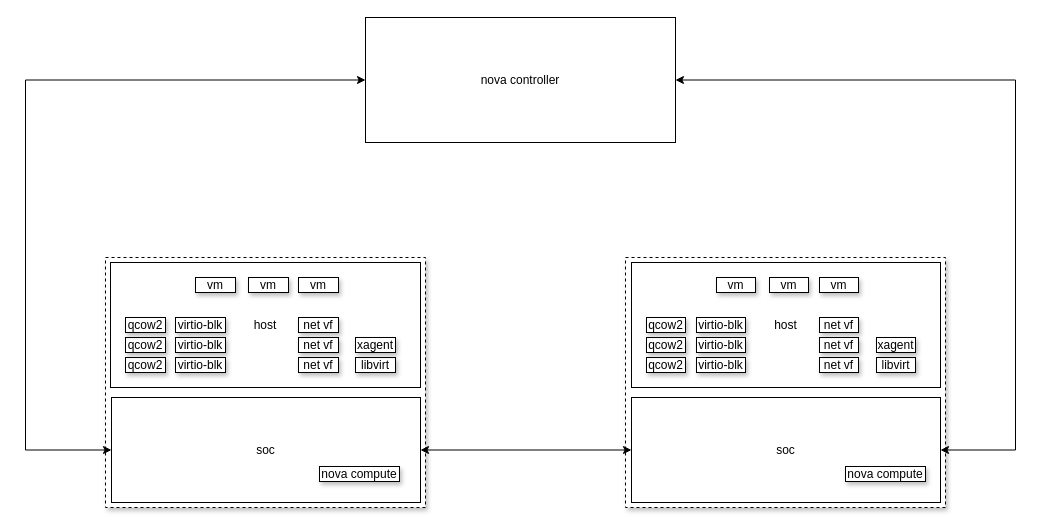
wdvill/python keeps this draw.io diagram as Untitled Diagram.drawio. Above is the earlier version. Source tidied: cells renumbered, new cells numbered last; positions are measured from the earlier drawing's top-left corner, leaving out a move shared by most shapes. Both pictures are drawn from the tidied source at 100%, with x=0, y=0 at pixel (25, 17).
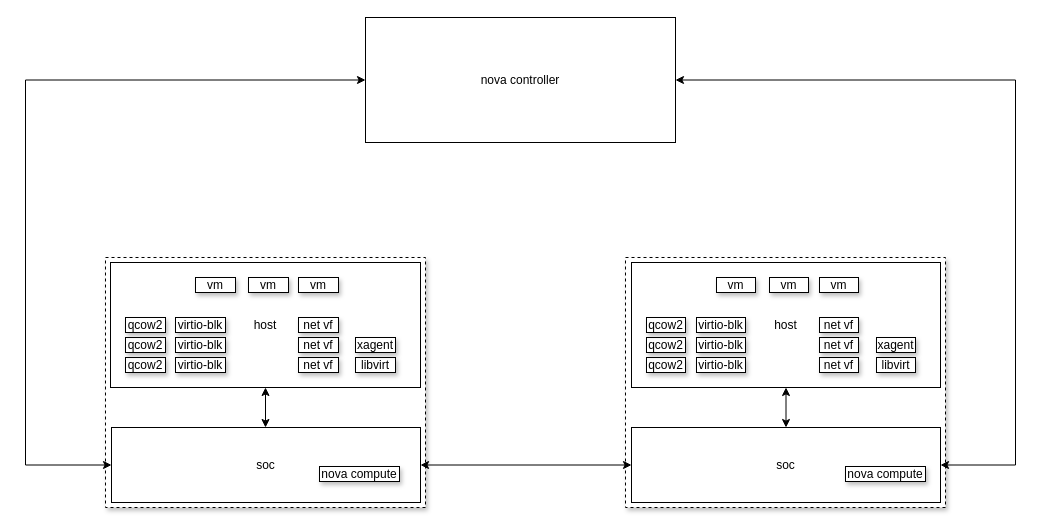
The same page after the edit.

Unchanged cells that the change refers to:
```xml
<mxCell id="3" value="host" style="rounded=0;whiteSpace=wrap;html=1;" parent="1" vertex="1">
  <mxGeometry x="85" y="245" width="310" height="125" as="geometry" />
</mxCell>
<mxCell id="7" value="nova controller" style="rounded=0;whiteSpace=wrap;html=1;" parent="1" vertex="1">
  <mxGeometry x="340" width="310" height="125" as="geometry" />
</mxCell>
<mxCell id="24" value="host" style="rounded=0;whiteSpace=wrap;html=1;" parent="1" vertex="1">
  <mxGeometry x="606" y="245" width="309" height="125" as="geometry" />
</mxCell>
```

What changed in the source:
```diff
@@
     <mxCell id="4" value="soc" style="rounded=0;whiteSpace=wrap;html=1;" parent="1" vertex="1">
-      <mxGeometry x="86" y="380" width="309" height="105" as="geometry" />
+      <mxGeometry x="86" y="410" width="309" height="75" as="geometry" />
     </mxCell>
@@
     <mxCell id="6" value="soc" style="rounded=0;whiteSpace=wrap;html=1;" parent="1" vertex="1">
-      <mxGeometry x="606" y="380" width="309" height="105" as="geometry" />
+      <mxGeometry x="606" y="410" width="309" height="75" as="geometry" />
     </mxCell>
@@
     <mxCell id="8" style="endArrow=classic;startArrow=classic;html=1;rounded=0;exitX=0;exitY=0.5;exitDx=0;exitDy=0;edgeStyle=orthogonalEdgeStyle;entryX=0;entryY=0.5;entryDx=0;entryDy=0;" parent="1" edge="1" source="4" target="7">
       <mxGeometry relative="1" as="geometry">
         <Array as="points">
-          <mxPoint y="433" />
-          <mxPoint y="63" />
+          <mxPoint y="448" />
+          <mxPoint y="62" />
         </Array>
       </mxGeometry>
     </mxCell>
     <mxCell id="9" style="endArrow=classic;startArrow=classic;html=1;rounded=0;entryX=1;entryY=0.5;entryDx=0;entryDy=0;exitX=1;exitY=0.5;exitDx=0;exitDy=0;edgeStyle=orthogonalEdgeStyle;" parent="1" edge="1" source="6" target="7">
       <mxGeometry relative="1" as="geometry">
         <Array as="points">
-          <mxPoint x="990" y="433" />
-          <mxPoint x="990" y="63" />
+          <mxPoint x="990" y="448" />
+          <mxPoint x="990" y="62" />
         </Array>
       </mxGeometry>
     </mxCell>
@@
+    <mxCell id="42" style="endArrow=classic;startArrow=classic;html=1;rounded=0;entryX=0.5;entryY=1;entryDx=0;entryDy=0;" parent="1" edge="1" target="3">
+      <mxGeometry relative="1" as="geometry">
+        <mxPoint x="240" y="410" as="sourcePoint" />
+      </mxGeometry>
+    </mxCell>
+    <mxCell id="43" style="endArrow=classic;startArrow=classic;html=1;rounded=0;entryX=0.5;entryY=0;entryDx=0;entryDy=0;exitX=0.5;exitY=1;exitDx=0;exitDy=0;" parent="1" edge="1" source="24" target="6">
+      <mxGeometry relative="1" as="geometry" />
+    </mxCell>
```
